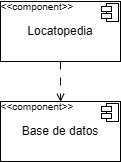
Before: memoria/media/dia-comp.drawio.png, a diagram exported from draw.io (841723/locatopedia). Source tidied: cells renumbered, new cells last; positions are measured from the earlier drawing's top-left corner, leaving out a move shared by most shapes. The source it was exported from:
```xml
<mxGraphModel>
  <root>
    <mxCell id="0" />
    <mxCell id="1" parent="0" />
    <mxCell id="2" value="Locatopedia" style="rounded=0;whiteSpace=wrap;html=1;" parent="1" vertex="1">
      <mxGeometry width="120" height="60" as="geometry" />
    </mxCell>
    <mxCell id="3" value="&amp;lt;&amp;lt;component&amp;gt;&amp;gt;" style="text;html=1;align=center;verticalAlign=middle;whiteSpace=wrap;rounded=0;fontSize=10;" parent="1" vertex="1">
      <mxGeometry x="2" width="70" height="10" as="geometry" />
    </mxCell>
    <mxCell id="4" style="group;" parent="1" vertex="1">
      <mxGeometry x="101" y="2" width="17" height="18" as="geometry" />
    </mxCell>
    <mxCell id="5" style="rounded=0;whiteSpace=wrap;html=1;" parent="4" vertex="1">
      <mxGeometry x="5" width="12" height="18" as="geometry" />
    </mxCell>
    <mxCell id="6" style="rounded=0;whiteSpace=wrap;html=1;" parent="4" vertex="1">
      <mxGeometry y="3" width="10" height="5" as="geometry" />
    </mxCell>
    <mxCell id="7" style="rounded=0;whiteSpace=wrap;html=1;" parent="4" vertex="1">
      <mxGeometry y="10" width="10" height="5" as="geometry" />
    </mxCell>
    <mxCell id="8" value="Base de datos" style="rounded=0;whiteSpace=wrap;html=1;" parent="1" vertex="1">
      <mxGeometry y="100" width="120" height="60" as="geometry" />
    </mxCell>
    <mxCell id="9" value="&amp;lt;&amp;lt;component&amp;gt;&amp;gt;" style="text;html=1;align=center;verticalAlign=middle;whiteSpace=wrap;rounded=0;fontSize=10;" parent="1" vertex="1">
      <mxGeometry x="2" y="100" width="70" height="10" as="geometry" />
    </mxCell>
    <mxCell id="10" style="group;" parent="1" vertex="1">
      <mxGeometry x="101" y="102" width="17" height="18" as="geometry" />
    </mxCell>
    <mxCell id="11" style="rounded=0;whiteSpace=wrap;html=1;" parent="10" vertex="1">
      <mxGeometry x="5" width="12" height="18" as="geometry" />
    </mxCell>
    <mxCell id="12" style="rounded=0;whiteSpace=wrap;html=1;" parent="10" vertex="1">
      <mxGeometry y="3" width="10" height="5" as="geometry" />
    </mxCell>
    <mxCell id="13" style="rounded=0;whiteSpace=wrap;html=1;" parent="10" vertex="1">
      <mxGeometry y="10" width="10" height="5" as="geometry" />
    </mxCell>
    <mxCell id="14" style="edgeStyle=orthogonalEdgeStyle;rounded=0;jettySize=auto;html=1;entryX=0.83;entryY=0.037;entryDx=0;entryDy=0;entryPerimeter=0;dashed=1;dashPattern=8 8;endArrow=open;endFill=0;" parent="1" edge="1" source="2" target="9">
      <mxGeometry relative="1" as="geometry" />
    </mxCell>
  </root>
</mxGraphModel>
```
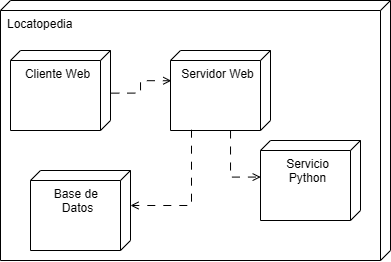
The same file after the commit.

The edit, as a diff of the source:
```diff
@@ -2,44 +2,37 @@
   <root>
     <mxCell id="0" />
     <mxCell id="1" parent="0" />
-    <mxCell id="2" value="Locatopedia" style="rounded=0;whiteSpace=wrap;html=1;" parent="1" vertex="1">
-      <mxGeometry width="120" height="60" as="geometry" />
+    <mxCell id="2" value="Locatopedia" style="verticalAlign=top;align=left;shape=cube;size=10;direction=south;fontStyle=0;html=1;boundedLbl=1;spacingLeft=5;whiteSpace=wrap;" parent="1" vertex="1">
+      <mxGeometry width="390" height="260" as="geometry" />
     </mxCell>
-    <mxCell id="3" value="&amp;lt;&amp;lt;component&amp;gt;&amp;gt;" style="text;html=1;align=center;verticalAlign=middle;whiteSpace=wrap;rounded=0;fontSize=10;" parent="1" vertex="1">
-      <mxGeometry x="2" width="70" height="10" as="geometry" />
-    </mxCell>
-    <mxCell id="4" style="group;" parent="1" vertex="1">
-      <mxGeometry x="101" y="2" width="17" height="18" as="geometry" />
-    </mxCell>
-    <mxCell id="5" style="rounded=0;whiteSpace=wrap;html=1;" parent="4" vertex="1">
-      <mxGeometry x="5" width="12" height="18" as="geometry" />
-    </mxCell>
-    <mxCell id="6" style="rounded=0;whiteSpace=wrap;html=1;" parent="4" vertex="1">
-      <mxGeometry y="3" width="10" height="5" as="geometry" />
-    </mxCell>
-    <mxCell id="7" style="rounded=0;whiteSpace=wrap;html=1;" parent="4" vertex="1">
-      <mxGeometry y="10" width="10" height="5" as="geometry" />
-    </mxCell>
-    <mxCell id="8" value="Base de datos" style="rounded=0;whiteSpace=wrap;html=1;" parent="1" vertex="1">
-      <mxGeometry y="100" width="120" height="60" as="geometry" />
-    </mxCell>
-    <mxCell id="9" value="&amp;lt;&amp;lt;component&amp;gt;&amp;gt;" style="text;html=1;align=center;verticalAlign=middle;whiteSpace=wrap;rounded=0;fontSize=10;" parent="1" vertex="1">
-      <mxGeometry x="2" y="100" width="70" height="10" as="geometry" />
-    </mxCell>
-    <mxCell id="10" style="group;" parent="1" vertex="1">
-      <mxGeometry x="101" y="102" width="17" height="18" as="geometry" />
-    </mxCell>
-    <mxCell id="11" style="rounded=0;whiteSpace=wrap;html=1;" parent="10" vertex="1">
-      <mxGeometry x="5" width="12" height="18" as="geometry" />
-    </mxCell>
-    <mxCell id="12" style="rounded=0;whiteSpace=wrap;html=1;" parent="10" vertex="1">
-      <mxGeometry y="3" width="10" height="5" as="geometry" />
-    </mxCell>
-    <mxCell id="13" style="rounded=0;whiteSpace=wrap;html=1;" parent="10" vertex="1">
-      <mxGeometry y="10" width="10" height="5" as="geometry" />
-    </mxCell>
-    <mxCell id="14" style="edgeStyle=orthogonalEdgeStyle;rounded=0;jettySize=auto;html=1;entryX=0.83;entryY=0.037;entryDx=0;entryDy=0;entryPerimeter=0;dashed=1;dashPattern=8 8;endArrow=open;endFill=0;" parent="1" edge="1" source="2" target="9">
-      <mxGeometry relative="1" as="geometry" />
-    </mxCell>
+    <mxCell id="15" style="edgeStyle=orthogonalEdgeStyle;rounded=0;jettySize=auto;html=1;startArrow=none;startFill=0;endArrow=open;endFill=0;dashed=1;dashPattern=8 8;entryX=0.457;entryY=0.998;entryDx=0;entryDy=0;entryPerimeter=0;" parent="1" edge="1" source="16" target="18">
+      <mxGeometry relative="1" as="geometry">
+        <Array as="points">
+          <mxPoint x="230" y="177" />
+        </Array>
+      </mxGeometry>
+    </mxCell>
+    <mxCell id="16" value="Servidor Web" style="verticalAlign=top;align=center;shape=cube;size=10;direction=south;html=1;boundedLbl=1;spacingLeft=5;whiteSpace=wrap;" parent="1" vertex="1">
+      <mxGeometry x="170" y="50" width="100" height="80" as="geometry" />
+    </mxCell>
+    <mxCell id="17" value="Base de&amp;nbsp;&lt;div&gt;Datos&lt;/div&gt;" style="verticalAlign=top;align=center;shape=cube;size=10;direction=south;html=1;boundedLbl=1;spacingLeft=5;whiteSpace=wrap;" parent="1" vertex="1">
+      <mxGeometry x="30" y="170" width="100" height="80" as="geometry" />
+    </mxCell>
+    <mxCell id="18" value="Servicio Python" style="verticalAlign=top;align=center;shape=cube;size=10;direction=south;html=1;boundedLbl=1;spacingLeft=5;whiteSpace=wrap;" parent="1" vertex="1">
+      <mxGeometry x="260" y="140" width="100" height="80" as="geometry" />
+    </mxCell>
+    <mxCell id="19" style="edgeStyle=orthogonalEdgeStyle;rounded=0;jettySize=auto;html=1;exitX=0.533;exitY=-0.008;exitDx=0;exitDy=0;exitPerimeter=0;entryX=0.378;entryY=0.992;entryDx=0;entryDy=0;entryPerimeter=0;dashed=1;dashPattern=8 8;startArrow=none;startFill=0;endArrow=open;endFill=0;" parent="1" edge="1" source="21" target="16">
+      <mxGeometry relative="1" as="geometry" />
+    </mxCell>
+    <mxCell id="20" style="edgeStyle=orthogonalEdgeStyle;rounded=0;jettySize=auto;html=1;entryX=0;entryY=0;entryDx=35;entryDy=0;entryPerimeter=0;startArrow=none;startFill=0;endArrow=open;endFill=0;dashed=1;dashPattern=8 8;exitX=0.99;exitY=0.79;exitDx=0;exitDy=0;exitPerimeter=0;" parent="1" edge="1" source="16" target="17">
+      <mxGeometry relative="1" as="geometry">
+        <Array as="points">
+          <mxPoint x="191" y="205" />
+        </Array>
+      </mxGeometry>
+    </mxCell>
+    <mxCell id="21" value="Cliente Web" style="verticalAlign=top;align=center;shape=cube;size=10;direction=south;html=1;boundedLbl=1;spacingLeft=5;whiteSpace=wrap;" parent="1" vertex="1">
+      <mxGeometry x="10" y="50" width="100" height="80" as="geometry" />
+    </mxCell>
   </root>
 </mxGraphModel>
```
